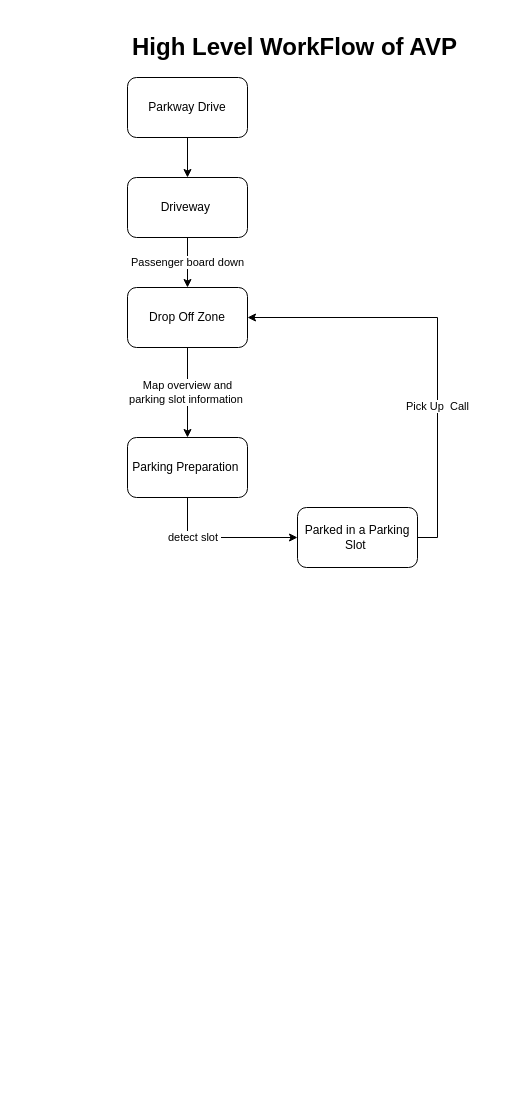
Above: TEAvp.drawio in ven0m-hue/PracExercise (draw.io), before the change. Source tidied: cells renumbered, new cells numbered last; positions are measured from the earlier drawing's top-left corner, leaving out a move shared by most shapes. Both pictures are drawn from the tidied source at 100%, with x=0, y=0 at pixel (127, 27).
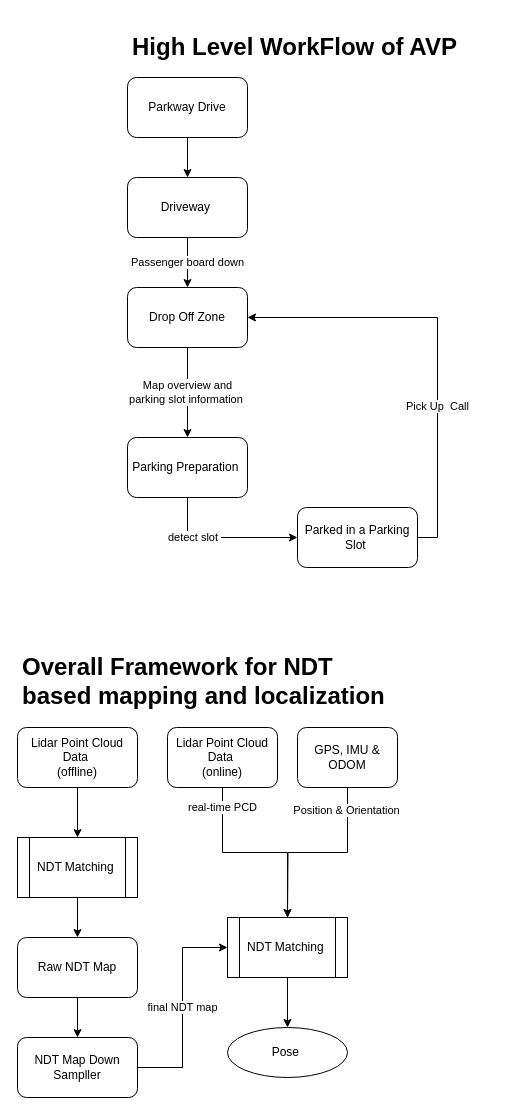
The same page after the edit.

What changed in the source:
```diff
@@
+    <mxCell id="14" style="edgeStyle=orthogonalEdgeStyle;rounded=0;jettySize=auto;html=1;" parent="1" edge="1" source="15" target="17">
+      <mxGeometry relative="1" as="geometry" />
+    </mxCell>
+    <mxCell id="15" value="Lidar Point Cloud Data&amp;nbsp;&lt;br&gt;(offline)" style="rounded=1;whiteSpace=wrap;html=1;" parent="1" vertex="1">
+      <mxGeometry x="-110" y="700" width="120" height="60" as="geometry" />
+    </mxCell>
+    <mxCell id="16" style="edgeStyle=orthogonalEdgeStyle;rounded=0;jettySize=auto;html=1;" parent="1" edge="1" source="17" target="19">
+      <mxGeometry relative="1" as="geometry" />
+    </mxCell>
+    <mxCell id="17" value="NDT Matching&amp;nbsp;" style="shape=process;whiteSpace=wrap;html=1;backgroundOutline=1;" parent="1" vertex="1">
+      <mxGeometry x="-110" y="810" width="120" height="60" as="geometry" />
+    </mxCell>
+    <mxCell id="18" style="edgeStyle=orthogonalEdgeStyle;rounded=0;jettySize=auto;html=1;" parent="1" edge="1" source="19" target="21">
+      <mxGeometry relative="1" as="geometry" />
+    </mxCell>
+    <mxCell id="19" value="Raw NDT Map" style="rounded=1;whiteSpace=wrap;html=1;" parent="1" vertex="1">
+      <mxGeometry x="-110" y="910" width="120" height="60" as="geometry" />
+    </mxCell>
+    <mxCell id="20" value="final NDT map" style="edgeStyle=orthogonalEdgeStyle;rounded=0;jettySize=auto;html=1;exitX=1;exitY=0.5;exitDx=0;exitDy=0;entryX=0;entryY=0.5;entryDx=0;entryDy=0;" parent="1" edge="1" source="21" target="23">
+      <mxGeometry relative="1" as="geometry" />
+    </mxCell>
+    <mxCell id="21" value="NDT Map Down Sampller" style="rounded=1;whiteSpace=wrap;html=1;" parent="1" vertex="1">
+      <mxGeometry x="-110" y="1010" width="120" height="60" as="geometry" />
+    </mxCell>
+    <mxCell id="22" style="edgeStyle=orthogonalEdgeStyle;rounded=0;jettySize=auto;html=1;" parent="1" edge="1" source="23" target="29">
+      <mxGeometry relative="1" as="geometry" />
+    </mxCell>
+    <mxCell id="23" value="NDT Matching&amp;nbsp;" style="shape=process;whiteSpace=wrap;html=1;backgroundOutline=1;" parent="1" vertex="1">
+      <mxGeometry x="100" y="890" width="120" height="60" as="geometry" />
+    </mxCell>
+    <mxCell id="24" value="real-time PCD" style="edgeStyle=orthogonalEdgeStyle;rounded=0;jettySize=auto;html=1;exitX=0.5;exitY=1;exitDx=0;exitDy=0;entryX=0.5;entryY=0;entryDx=0;entryDy=0;" parent="1" edge="1" source="25" target="23">
+      <mxGeometry x="-0.79" relative="1" as="geometry" />
+    </mxCell>
+    <mxCell id="25" value="Lidar Point Cloud Data&amp;nbsp;&lt;br&gt;(online)" style="rounded=1;whiteSpace=wrap;html=1;" parent="1" vertex="1">
+      <mxGeometry x="40" y="700" width="110" height="60" as="geometry" />
+    </mxCell>
+    <mxCell id="26" style="edgeStyle=orthogonalEdgeStyle;rounded=0;jettySize=auto;html=1;exitX=0.5;exitY=1;exitDx=0;exitDy=0;" parent="1" edge="1" source="28">
+      <mxGeometry relative="1" as="geometry">
+        <mxPoint x="160" y="890" as="targetPoint" />
+      </mxGeometry>
+    </mxCell>
+    <mxCell id="27" value="Position &amp;amp; Orientation" style="edgeLabel;html=1;align=center;verticalAlign=middle;" parent="26" vertex="1">
+      <mxGeometry x="-0.77" y="-2" relative="1" as="geometry" />
+    </mxCell>
+    <mxCell id="28" value="GPS, IMU &amp;amp; ODOM" style="rounded=1;whiteSpace=wrap;html=1;" parent="1" vertex="1">
+      <mxGeometry x="170" y="700" width="100" height="60" as="geometry" />
+    </mxCell>
+    <mxCell id="29" value="Pose&amp;nbsp;" style="ellipse;whiteSpace=wrap;html=1;" parent="1" vertex="1">
+      <mxGeometry x="100" y="1000" width="120" height="50" as="geometry" />
+    </mxCell>
+    <mxCell id="30" value="&lt;h1&gt;Overall Framework for NDT based mapping and localization&amp;nbsp;&lt;/h1&gt;" style="text;html=1;strokeColor=none;fillColor=none;spacing=5;spacingTop=-20;whiteSpace=wrap;overflow=hidden;rounded=0;" parent="1" vertex="1">
+      <mxGeometry x="-110" y="620" width="390" height="80" as="geometry" />
+    </mxCell>
```
